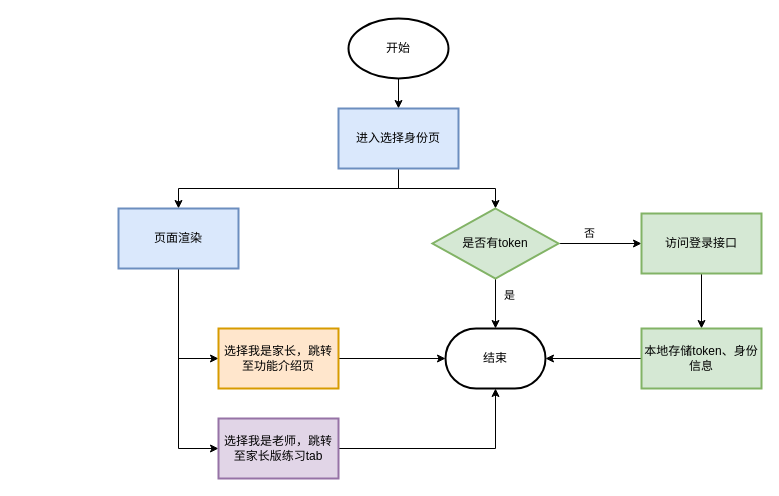
Before: src/小程序选择身份页流程.drawio in ctmaster/waf, a draw.io diagram. Source tidied: cells renumbered, new cells numbered last; positions are measured from the earlier drawing's top-left corner, leaving out a move shared by most shapes. Both pictures are drawn from the tidied source at 100%, with x=0, y=0 at pixel (118, 18).
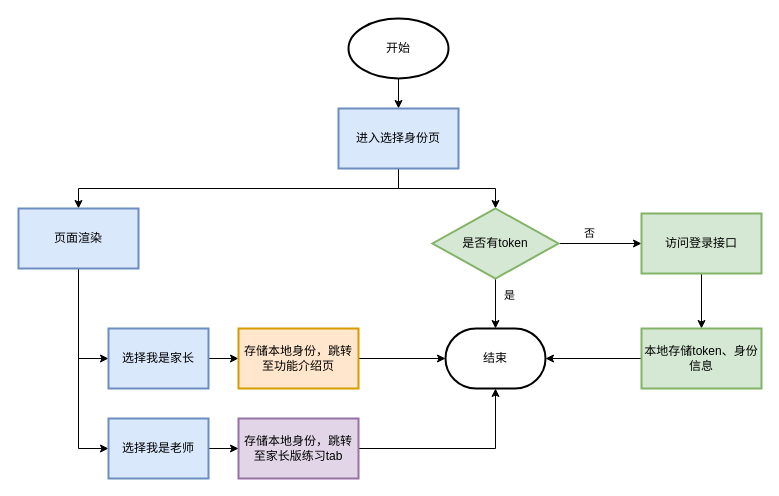
The same page after the edit.

Commit message:
Update 小程序选择身份页流程.drawio

Unchanged cells that the change refers to:
```xml
<mxCell id="6" value="进入选择身份页" style="whiteSpace=wrap;html=1;strokeWidth=2;fillColor=#dae8fc;strokeColor=#6c8ebf;" parent="1" vertex="1">
  <mxGeometry x="220" y="90" width="120" height="60" as="geometry" />
</mxCell>
<mxCell id="14" value="是否有token" style="strokeWidth=2;html=1;shape=mxgraph.flowchart.decision;whiteSpace=wrap;fillColor=#d5e8d4;strokeColor=#82b366;" parent="1" vertex="1">
  <mxGeometry x="314" y="190" width="126" height="70" as="geometry" />
</mxCell>
<mxCell id="19" value="结束" style="strokeWidth=2;html=1;shape=mxgraph.flowchart.terminator;whiteSpace=wrap;" parent="1" vertex="1">
  <mxGeometry x="327" y="310" width="100" height="60" as="geometry" />
</mxCell>
```

The edit, as a diff of the source:
```diff
@@
+    <mxCell id="5" style="edgeStyle=orthogonalEdgeStyle;rounded=0;jettySize=auto;html=1;entryX=0.5;entryY=0;entryDx=0;entryDy=0;entryPerimeter=0;" parent="1" edge="1" source="6" target="14">
+      <mxGeometry relative="1" as="geometry" />
+    </mxCell>
     <mxCell id="4" style="edgeStyle=orthogonalEdgeStyle;rounded=0;jettySize=auto;html=1;exitX=0.5;exitY=1;exitDx=0;exitDy=0;" parent="1" edge="1" source="6" target="9">
-      <mxGeometry relative="1" as="geometry">
-        <Array as="points">
-          <mxPoint x="280" y="170" />
-          <mxPoint x="60" y="170" />
-        </Array>
-      </mxGeometry>
+      <mxGeometry relative="1" as="geometry" />
     </mxCell>
-    <mxCell id="5" style="edgeStyle=orthogonalEdgeStyle;rounded=0;jettySize=auto;html=1;entryX=0.5;entryY=0;entryDx=0;entryDy=0;entryPerimeter=0;" parent="1" edge="1" source="6" target="14">
-      <mxGeometry relative="1" as="geometry" />
-    </mxCell>
@@
-    <mxCell id="7" style="edgeStyle=orthogonalEdgeStyle;rounded=0;jettySize=auto;html=1;entryX=0;entryY=0.5;entryDx=0;entryDy=0;" parent="1" edge="1" source="9" target="21">
+    <mxCell id="7" style="edgeStyle=orthogonalEdgeStyle;rounded=0;jettySize=auto;html=1;entryX=0;entryY=0.5;entryDx=0;entryDy=0;exitX=0.5;exitY=1;exitDx=0;exitDy=0;" parent="1" edge="1" source="9" target="21">
       <mxGeometry relative="1" as="geometry" />
     </mxCell>
-    <mxCell id="8" style="edgeStyle=orthogonalEdgeStyle;rounded=0;jettySize=auto;html=1;entryX=0;entryY=0.5;entryDx=0;entryDy=0;" parent="1" edge="1" source="9" target="23">
-      <mxGeometry relative="1" as="geometry" />
-    </mxCell>
+    <mxCell id="24" style="edgeStyle=orthogonalEdgeStyle;rounded=0;jettySize=auto;html=1;entryX=0;entryY=0.5;entryDx=0;entryDy=0;" parent="1" edge="1" source="9" target="29">
+      <mxGeometry relative="1" as="geometry" />
+    </mxCell>
     <mxCell id="9" value="页面渲染" style="whiteSpace=wrap;html=1;strokeWidth=2;fillColor=#dae8fc;strokeColor=#6c8ebf;" parent="1" vertex="1">
-      <mxGeometry y="190" width="120" height="60" as="geometry" />
+      <mxGeometry x="-100" y="190" width="120" height="60" as="geometry" />
     </mxCell>
@@
-    <mxCell id="20" style="edgeStyle=orthogonalEdgeStyle;rounded=0;jettySize=auto;html=1;" parent="1" edge="1" source="21" target="19">
-      <mxGeometry relative="1" as="geometry" />
-    </mxCell>
+    <mxCell id="25" style="edgeStyle=orthogonalEdgeStyle;rounded=0;jettySize=auto;html=1;" parent="1" edge="1" source="21" target="27">
+      <mxGeometry relative="1" as="geometry" />
+    </mxCell>
-    <mxCell id="21" value="选择我是家长，跳转至功能介绍页" style="whiteSpace=wrap;html=1;strokeWidth=2;fillColor=#ffe6cc;strokeColor=#d79b00;" parent="1" vertex="1">
-      <mxGeometry x="100" y="310" width="120" height="60" as="geometry" />
+    <mxCell id="21" value="选择我是家长" style="whiteSpace=wrap;html=1;strokeWidth=2;fillColor=#dae8fc;strokeColor=#6c8ebf;" parent="1" vertex="1">
+      <mxGeometry x="-10" y="310" width="100" height="60" as="geometry" />
     </mxCell>
@@
-    <mxCell id="23" value="选择我是老师，跳转至家长版练习tab" style="whiteSpace=wrap;html=1;strokeWidth=2;fillColor=#e1d5e7;strokeColor=#9673a6;" parent="1" vertex="1">
-      <mxGeometry x="100" y="400" width="120" height="60" as="geometry" />
+    <mxCell id="23" value="存储本地身份，跳转至家长版练习tab" style="whiteSpace=wrap;html=1;strokeWidth=2;fillColor=#e1d5e7;strokeColor=#9673a6;" parent="1" vertex="1">
+      <mxGeometry x="120" y="400" width="120" height="60" as="geometry" />
     </mxCell>
+    <mxCell id="26" style="edgeStyle=orthogonalEdgeStyle;rounded=0;jettySize=auto;html=1;" parent="1" edge="1" source="27" target="19">
+      <mxGeometry relative="1" as="geometry" />
+    </mxCell>
+    <mxCell id="27" value="存储本地身份，跳转至功能介绍页" style="whiteSpace=wrap;html=1;strokeColor=#d79b00;strokeWidth=2;fillColor=#ffe6cc;" parent="1" vertex="1">
+      <mxGeometry x="120" y="310" width="120" height="60" as="geometry" />
+    </mxCell>
+    <mxCell id="28" style="edgeStyle=orthogonalEdgeStyle;rounded=0;jettySize=auto;html=1;" parent="1" edge="1" source="29" target="23">
+      <mxGeometry relative="1" as="geometry" />
+    </mxCell>
+    <mxCell id="29" value="选择我是老师" style="whiteSpace=wrap;html=1;strokeWidth=2;fillColor=#dae8fc;strokeColor=#6c8ebf;" parent="1" vertex="1">
+      <mxGeometry x="-10" y="400" width="100" height="60" as="geometry" />
+    </mxCell>
```
